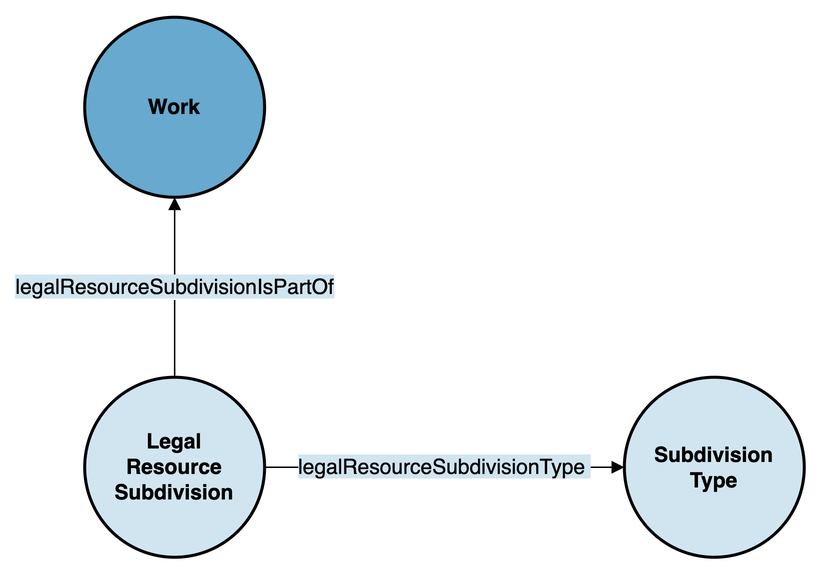
Earlier version of the draw.io export doc/img/subdivision.png (swiss/fedlex-jolux). Source tidied: cells renumbered, new cells last; positions are measured from the earlier drawing's top-left corner, leaving out a move shared by most shapes.
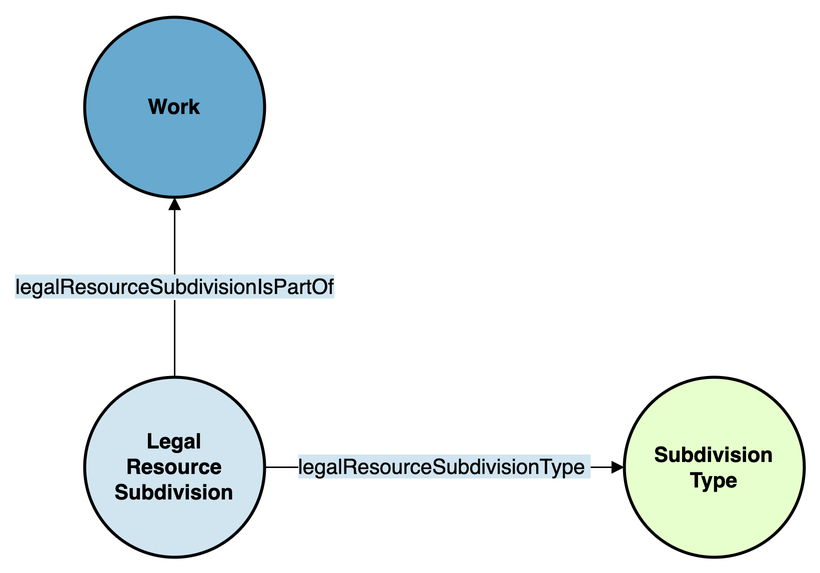
The same file after the commit.

The edit, as a diff of the source:
```diff
@@ -11,7 +11,7 @@
     <mxCell id="4" value="&lt;span style=&quot;background-color: rgb(209, 229, 240);&quot;&gt;legalResourceSubdivisionIsPartOf&lt;/span&gt;" style="endArrow=block;html=1;strokeColor=#000000;fontSize=14;fontColor=#000000;endFill=1;entryX=0.5;entryY=1;entryDx=0;entryDy=0;exitX=0.5;exitY=0;exitDx=0;exitDy=0;" parent="1" edge="1" source="3" target="2">
       <mxGeometry relative="1" as="geometry" />
     </mxCell>
-    <mxCell id="5" value="&lt;b&gt;Subdivision&lt;br&gt;Type&lt;/b&gt;" style="ellipse;whiteSpace=wrap;html=1;rounded=0;shadow=0;glass=0;comic=0;strokeColor=#000000;strokeWidth=2;fillColor=#D1E5F0;gradientColor=none;fontSize=14;fontColor=#000000;align=center;" parent="1" vertex="1">
+    <mxCell id="5" value="&lt;b&gt;Subdivision&lt;br&gt;Type&lt;/b&gt;" style="ellipse;whiteSpace=wrap;html=1;rounded=0;shadow=0;glass=0;comic=0;strokeColor=#000000;strokeWidth=2;fillColor=#E6FFCC;gradientColor=none;fontSize=14;fontColor=#000000;align=center;" parent="1" vertex="1">
       <mxGeometry x="360" y="240" width="120" height="120" as="geometry" />
     </mxCell>
     <mxCell id="6" value="&lt;span style=&quot;background-color: rgb(209, 229, 240);&quot;&gt;legalResourceSubdivisionType&amp;nbsp;&lt;/span&gt;" style="endArrow=block;html=1;strokeColor=#000000;fontSize=14;fontColor=#000000;endFill=1;entryX=0;entryY=0.5;entryDx=0;entryDy=0;exitX=1;exitY=0.5;exitDx=0;exitDy=0;" parent="1" edge="1" source="3" target="5">
```
